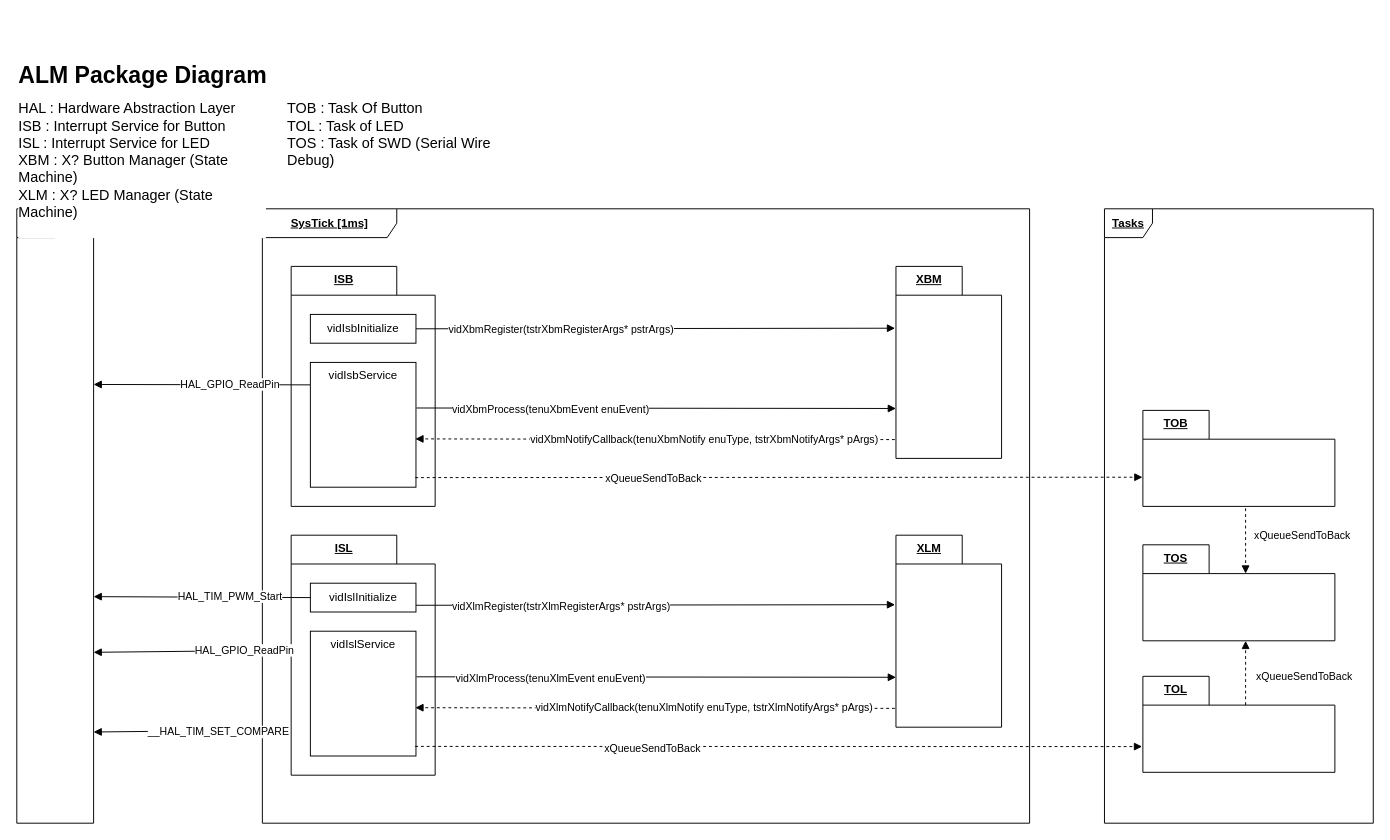
Earlier version of the draw.io diagram page "PackageDiagram" (4 of 16) of Resources/Part2/Part2_ALM_Diagram.drawio (gtuja/CSC_MS). Source tidied: cells renumbered, new cells numbered last; positions are measured from the earlier drawing's top-left corner, leaving out a move shared by most shapes. Both pictures are drawn from the tidied source at 96%, with x=0, y=0 at pixel (16, 55).
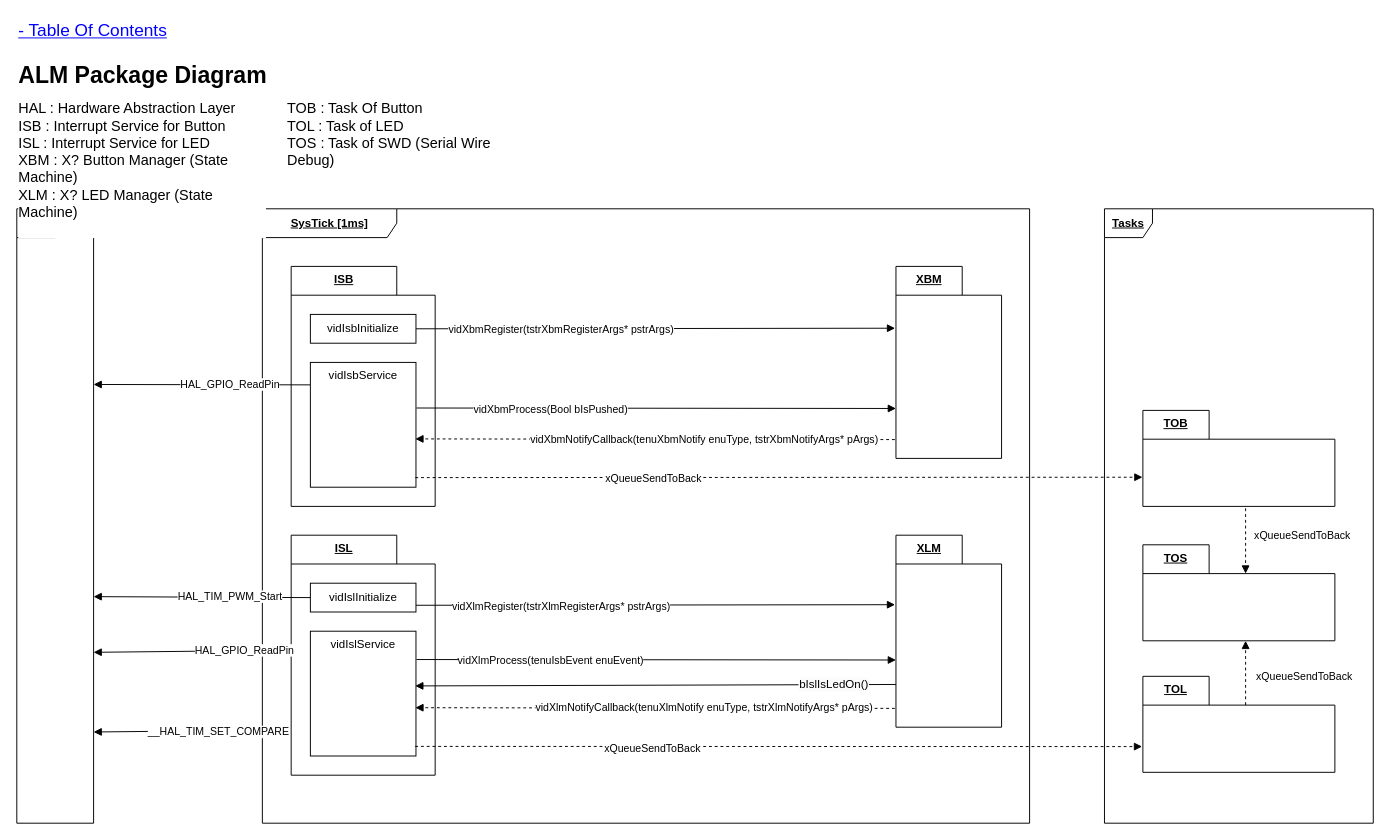
Above is the later version.

The change refers to these unchanged cells:
```xml
<mxCell id="3" value="SysTick [1ms]" style="shape=umlFrame;whiteSpace=wrap;html=1;width=140;height=30;fontFamily=Calibri;fontStyle=5;" parent="1" vertex="1">
  <mxGeometry x="255.8" y="160" width="799.2" height="640" as="geometry" />
</mxCell>
<mxCell id="10" style="html=1;verticalAlign=bottom;labelBackgroundColor=none;endArrow=block;endFill=1;rounded=0;exitX=1.005;exitY=0.304;exitDx=0;exitDy=0;entryX=0;entryY=0;entryDx=0;entryDy=140;entryPerimeter=0;exitPerimeter=0;fontFamily=Calibri;" parent="3" edge="1">
  <mxGeometry relative="1" as="geometry">
    <mxPoint x="160.5" y="207.5" as="sourcePoint" />
    <mxPoint x="660" y="208" as="targetPoint" />
  </mxGeometry>
</mxCell>
```

What changed in the source:
```diff
@@
-    <mxCell id="11" value="vidXbmProcess(tenuXbmEvent enuEvent)" style="edgeLabel;html=1;align=center;verticalAlign=middle;fontFamily=Calibri;" parent="10" vertex="1">
+    <mxCell id="11" value="vidXbmProcess(Bool bIsPushed)" style="edgeLabel;html=1;align=center;verticalAlign=middle;fontFamily=Calibri;" parent="10" vertex="1">
       <mxGeometry x="-0.16" y="-1" relative="1" as="geometry">
         <mxPoint x="-71" as="offset" />
       </mxGeometry>
     </mxCell>
@@
     <mxCell id="20" style="html=1;verticalAlign=bottom;labelBackgroundColor=none;endArrow=block;endFill=1;rounded=0;exitX=1.005;exitY=0.304;exitDx=0;exitDy=0;entryX=0;entryY=0;entryDx=0;entryDy=140;entryPerimeter=0;exitPerimeter=0;fontFamily=Calibri;" parent="3" edge="1">
       <mxGeometry relative="1" as="geometry">
-        <mxPoint x="160.5" y="487.5" as="sourcePoint" />
-        <mxPoint x="660" y="488" as="targetPoint" />
+        <mxPoint x="160.5" y="469.5" as="sourcePoint" />
+        <mxPoint x="660" y="470" as="targetPoint" />
       </mxGeometry>
     </mxCell>
-    <mxCell id="21" value="vidXlmProcess(tenuXlmEvent enuEvent)" style="edgeLabel;html=1;align=center;verticalAlign=middle;fontFamily=Calibri;" parent="20" vertex="1">
+    <mxCell id="21" value="vidXlmProcess(tenuIsbEvent enuEvent)" style="edgeLabel;html=1;align=center;verticalAlign=middle;fontFamily=Calibri;" parent="20" vertex="1">
       <mxGeometry x="-0.16" y="-1" relative="1" as="geometry">
         <mxPoint x="-71" as="offset" />
       </mxGeometry>
     </mxCell>
@@
+    <mxCell id="47" style="html=1;verticalAlign=bottom;labelBackgroundColor=none;endArrow=block;endFill=1;rounded=0;exitX=0;exitY=0;exitDx=0;exitDy=157.5;exitPerimeter=0;fontFamily=Calibri;entryX=0.993;entryY=0.454;entryDx=0;entryDy=0;entryPerimeter=0;" parent="3" edge="1">
+      <mxGeometry relative="1" as="geometry">
+        <mxPoint x="660" y="495.5" as="sourcePoint" />
+        <mxPoint x="159.2" y="497" as="targetPoint" />
+      </mxGeometry>
+    </mxCell>
+    <mxCell id="48" value="&lt;span style=&quot;font-size: 12px; text-align: left; background-color: rgb(251, 251, 251);&quot;&gt;bIslIsLedOn()&lt;/span&gt;" style="edgeLabel;html=1;align=center;verticalAlign=middle;fontFamily=Calibri;" parent="47" vertex="1">
+      <mxGeometry x="-0.16" y="-1" relative="1" as="geometry">
+        <mxPoint x="145" as="offset" />
+      </mxGeometry>
+    </mxCell>
@@
+    <mxCell id="49" value="- Table Of Contents" style="text;html=1;align=left;verticalAlign=middle;whiteSpace=wrap;rounded=0;fontStyle=4;fontFamily=Calibri;fontSize=18;fontColor=#0000FF;" parent="1" vertex="1">
+      <mxGeometry y="-40" width="240" height="30" as="geometry" />
+    </mxCell>
```
